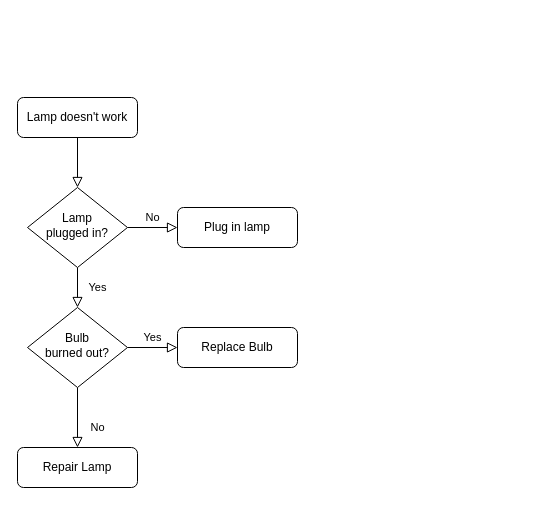
Earlier version of the draw.io diagram Untitled Diagram.drawio (tinho-terrence/PythonBootCamp). Source tidied: cells renumbered, new cells numbered last; positions are measured from the earlier drawing's top-left corner, leaving out a move shared by most shapes. Both pictures are drawn from the tidied source at 100%, with x=0, y=0 at pixel (17, 97).
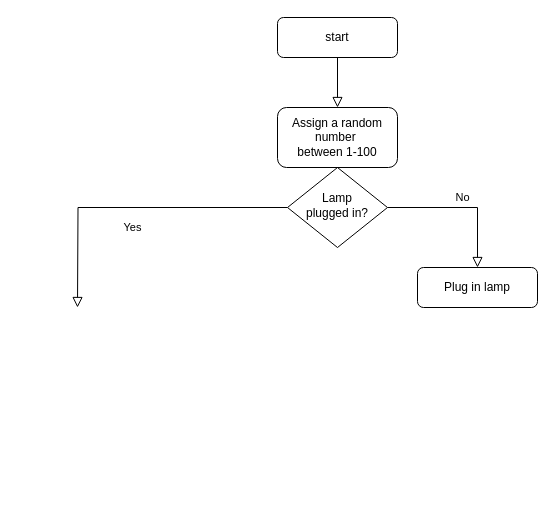
The same page after the edit.

Commit message:
day012-guess a number.drawio

What changed in the source:
```diff
@@
 <mxGraphModel>
   <root>
     <mxCell id="0" />
     <mxCell id="1" parent="0" />
-    <mxCell id="2" style="rounded=0;html=1;jettySize=auto;fontSize=11;endArrow=block;endFill=0;endSize=8;strokeWidth=1;shadow=0;labelBackgroundColor=none;edgeStyle=orthogonalEdgeStyle;" parent="1" edge="1" source="3" target="6">
+    <mxCell id="2" style="rounded=0;html=1;jettySize=auto;fontSize=11;endArrow=block;endFill=0;endSize=8;strokeWidth=1;shadow=0;labelBackgroundColor=none;edgeStyle=orthogonalEdgeStyle;entryX=0.5;entryY=0;entryDx=0;entryDy=0;" parent="1" edge="1" source="3" target="13">
       <mxGeometry relative="1" as="geometry" />
     </mxCell>
-    <mxCell id="3" value="Lamp doesn't work" style="rounded=1;whiteSpace=wrap;html=1;fontSize=12;glass=0;strokeWidth=1;shadow=0;" parent="1" vertex="1">
-      <mxGeometry width="120" height="40" as="geometry" />
+    <mxCell id="3" value="start" style="rounded=1;whiteSpace=wrap;html=1;fontSize=12;glass=0;strokeWidth=1;shadow=0;" parent="1" vertex="1">
+      <mxGeometry x="260" y="-80" width="120" height="40" as="geometry" />
     </mxCell>
-    <mxCell id="4" value="Yes" style="rounded=0;html=1;jettySize=auto;fontSize=11;endArrow=block;endFill=0;endSize=8;strokeWidth=1;shadow=0;labelBackgroundColor=none;edgeStyle=orthogonalEdgeStyle;" parent="1" edge="1" source="6" target="10">
-      <mxGeometry y="20" relative="1" as="geometry" />
+    <mxCell id="4" value="Yes" style="rounded=0;html=1;jettySize=auto;fontSize=11;endArrow=block;endFill=0;endSize=8;strokeWidth=1;shadow=0;labelBackgroundColor=none;edgeStyle=orthogonalEdgeStyle;" parent="1" edge="1" source="6">
+      <mxGeometry y="20" relative="1" as="geometry">
+        <mxPoint x="60" y="210" as="targetPoint" />
+      </mxGeometry>
     </mxCell>
     <mxCell id="5" value="No" style="edgeStyle=orthogonalEdgeStyle;rounded=0;html=1;jettySize=auto;fontSize=11;endArrow=block;endFill=0;endSize=8;strokeWidth=1;shadow=0;labelBackgroundColor=none;" parent="1" edge="1" source="6" target="7">
       <mxGeometry y="10" relative="1" as="geometry" />
     </mxCell>
     <mxCell id="6" value="Lamp&lt;br&gt;plugged in?" style="rhombus;whiteSpace=wrap;html=1;shadow=0;fontFamily=Helvetica;fontSize=12;align=center;strokeWidth=1;spacing=6;spacingTop=-4;" parent="1" vertex="1">
-      <mxGeometry x="10" y="90" width="100" height="80" as="geometry" />
+      <mxGeometry x="270" y="70" width="100" height="80" as="geometry" />
     </mxCell>
     <mxCell id="7" value="Plug in lamp" style="rounded=1;whiteSpace=wrap;html=1;fontSize=12;glass=0;strokeWidth=1;shadow=0;" parent="1" vertex="1">
-      <mxGeometry x="160" y="110" width="120" height="40" as="geometry" />
+      <mxGeometry x="400" y="170" width="120" height="40" as="geometry" />
     </mxCell>
-    <mxCell id="8" value="No" style="rounded=0;html=1;jettySize=auto;fontSize=11;endArrow=block;endFill=0;endSize=8;strokeWidth=1;shadow=0;labelBackgroundColor=none;edgeStyle=orthogonalEdgeStyle;" parent="1" edge="1" source="10" target="11">
-      <mxGeometry x="0.33" y="20" relative="1" as="geometry" />
-    </mxCell>
-    <mxCell id="9" value="Yes" style="edgeStyle=orthogonalEdgeStyle;rounded=0;html=1;jettySize=auto;fontSize=11;endArrow=block;endFill=0;endSize=8;strokeWidth=1;shadow=0;labelBackgroundColor=none;" parent="1" edge="1" source="10" target="12">
-      <mxGeometry y="10" relative="1" as="geometry" />
-    </mxCell>
-    <mxCell id="10" value="Bulb&lt;br&gt;burned out?" style="rhombus;whiteSpace=wrap;html=1;shadow=0;fontFamily=Helvetica;fontSize=12;align=center;strokeWidth=1;spacing=6;spacingTop=-4;" parent="1" vertex="1">
-      <mxGeometry x="10" y="210" width="100" height="80" as="geometry" />
-    </mxCell>
-    <mxCell id="11" value="Repair Lamp" style="rounded=1;whiteSpace=wrap;html=1;fontSize=12;glass=0;strokeWidth=1;shadow=0;" parent="1" vertex="1">
-      <mxGeometry y="350" width="120" height="40" as="geometry" />
-    </mxCell>
-    <mxCell id="12" value="Replace Bulb" style="rounded=1;whiteSpace=wrap;html=1;fontSize=12;glass=0;strokeWidth=1;shadow=0;" parent="1" vertex="1">
-      <mxGeometry x="160" y="230" width="120" height="40" as="geometry" />
-    </mxCell>
+    <mxCell id="13" value="Assign a random number&amp;nbsp;&lt;br&gt;between 1-100" style="rounded=1;whiteSpace=wrap;html=1;" parent="1" vertex="1">
+      <mxGeometry x="260" y="10" width="120" height="60" as="geometry" />
+    </mxCell>
   </root>
 </mxGraphModel>
```
